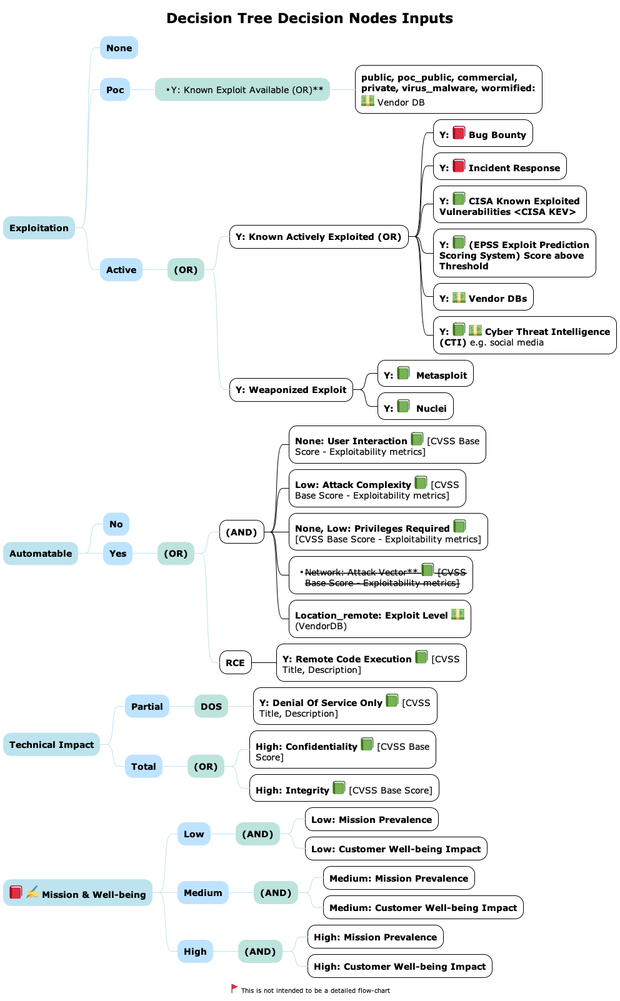
Before: images/DT_decisions.png, a diagram exported from PlantUML (theparanoids/PrioritizedRiskRemediation).
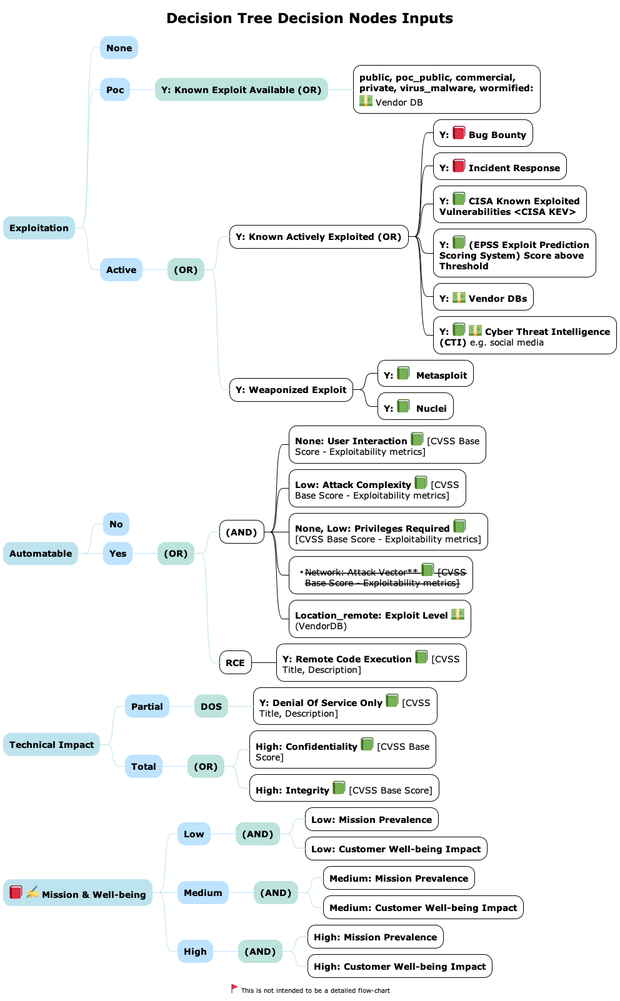
The same diagram one commit later.

Diff of the diagram source:
```diff
@@ -24,7 +24,7 @@
 * **Exploitation**
 ** **None**
 ** **Poc**
-*** ** Y: Known Exploit Available (OR)**
+*** **Y: Known Exploit Available (OR)**
 **** **public, poc_public, commercial, private, virus_malware, wormified:** <:dollar:> Vendor DB
 ** **Active**
 *** **(OR)**
```
